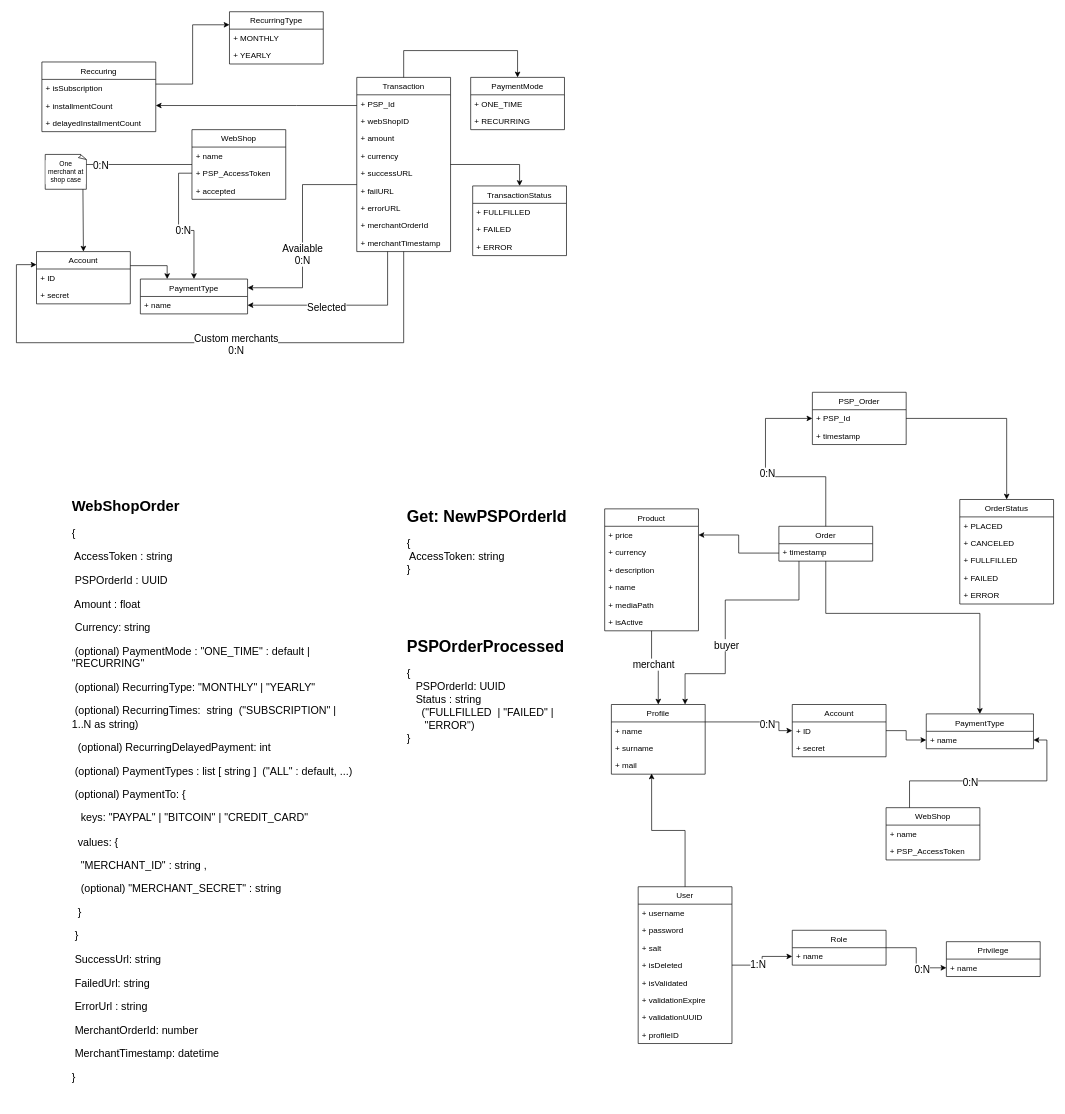
This is uml/model.drawio from One-E2-Team/ubiquitous-payment, a draw.io file, before an edit. Source tidied: cells renumbered, new cells numbered last; positions are measured from the earlier drawing's top-left corner, leaving out a move shared by most shapes. Both pictures are drawn from the tidied source at 67%, with x=0, y=0 at pixel (16, 11).
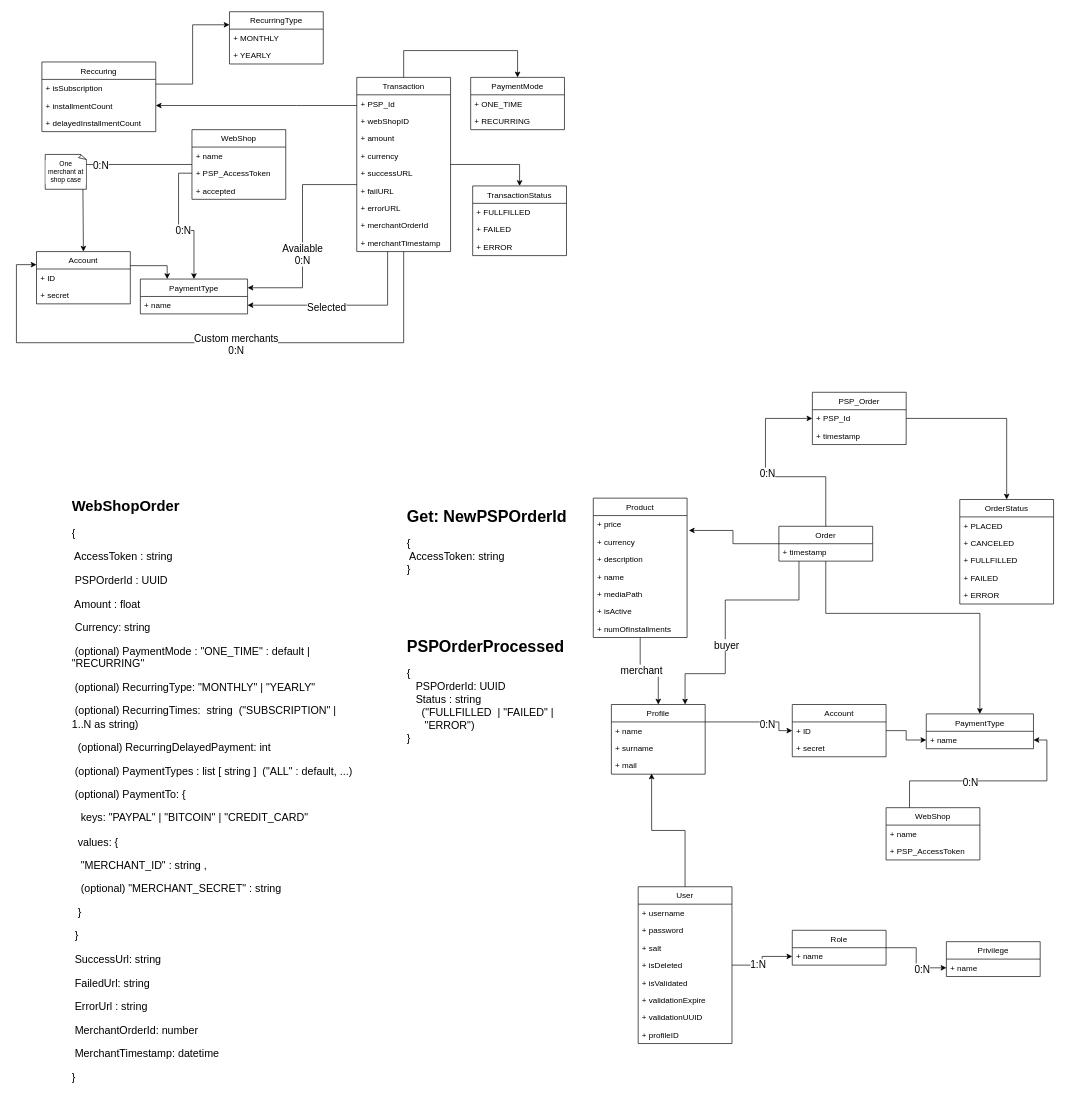
After the change.

Commit message:
updated product in model diag

The change refers to these unchanged cells:
```xml
<mxCell id="5" value="+ price" style="text;strokeColor=none;fillColor=none;align=left;verticalAlign=top;spacingLeft=4;spacingRight=4;overflow=hidden;points=[[0,0.5],[1,0.5]];portConstraint=eastwest;" parent="4" vertex="1">
  <mxGeometry y="26" width="140" height="26" as="geometry" />
</mxCell>
<mxCell id="6" value="+ currency" style="text;strokeColor=none;fillColor=none;align=left;verticalAlign=top;spacingLeft=4;spacingRight=4;overflow=hidden;points=[[0,0.5],[1,0.5]];portConstraint=eastwest;" parent="4" vertex="1">
  <mxGeometry y="52" width="140" height="26" as="geometry" />
</mxCell>
<mxCell id="26" value="Order" style="swimlane;fontStyle=0;horizontal=1;startSize=26;fillColor=none;" parent="1" vertex="1">
  <mxGeometry x="1138" y="768" width="140" height="52" as="geometry" />
</mxCell>
```

Change to the diagram source:
```diff
@@
     <mxCell id="4" value="Product" style="swimlane;fontStyle=0;horizontal=1;startSize=26;fillColor=none;" parent="1" vertex="1">
-      <mxGeometry x="878" y="742" width="140" height="182" as="geometry" />
+      <mxGeometry x="861" y="726" width="140" height="208" as="geometry" />
     </mxCell>
@@
+    <mxCell id="116" value="+ numOfInstallments" style="text;strokeColor=none;fillColor=none;align=left;verticalAlign=top;spacingLeft=4;spacingRight=4;overflow=hidden;" parent="4" vertex="1">
+      <mxGeometry y="182" width="140" height="26" as="geometry" />
+    </mxCell>
@@
-    <mxCell id="20" style="edgeStyle=orthogonalEdgeStyle;rounded=0;jettySize=auto;html=1;entryX=1;entryY=0.5;entryDx=0;entryDy=0;fontSize=15;" parent="1" edge="1" source="26" target="5">
-      <mxGeometry relative="1" as="geometry">
-        <Array as="points">
-          <mxPoint x="1078" y="808" />
-          <mxPoint x="1078" y="781" />
-        </Array>
-      </mxGeometry>
-    </mxCell>
@@
+    <mxCell id="117" style="edgeStyle=orthogonalEdgeStyle;rounded=0;jettySize=auto;html=1;entryX=1.019;entryY=-0.146;entryDx=0;entryDy=0;entryPerimeter=0;" parent="1" edge="1" source="26" target="6">
+      <mxGeometry relative="1" as="geometry" />
+    </mxCell>
```
